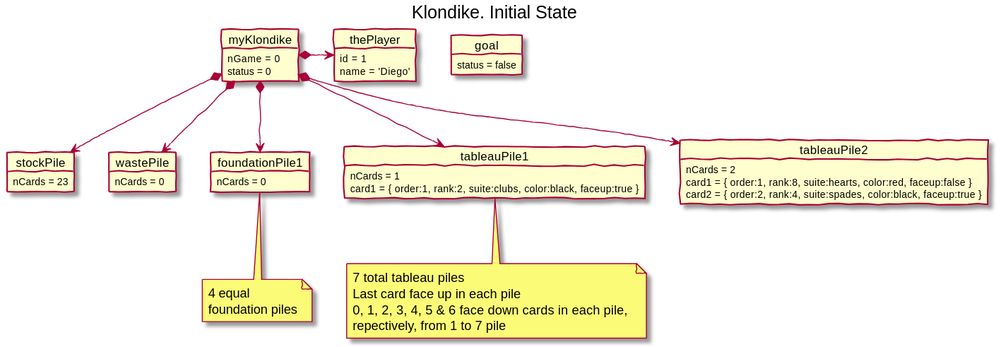
This is software/game-klondike/docs/images/klondike--initial-state.svg from USantaTecla-ed-mpds/lab-boole, a PlantUML export, as it was before one commit. Source of this version:
```plantuml
@startuml klondike--initial-state
skinparam handwritten true

title Klondike. Initial State

object myKlondike {
    nGame = 0
    status = 0
}

object goal {
    status = false
}

object thePlayer {
    id = 1
    name = 'Diego'
}

object stockPile
object wastePile

object stockPile {
    nCards = 23
}
object wastePile {
    nCards = 0
}
object foundationPile1 {
    nCards = 0
}
note bottom of foundationPile1
    4 equal
    foundation piles
end note

object tableauPile1
note bottom of tableauPile1
    7 total tableau piles
    Last card face up in each pile
    0, 1, 2, 3, 4, 5 & 6 face down cards in each pile,
    repectively, from 1 to 7 pile
end note

object tableauPile2

object tableauPile1 {
    nCards = 1
    card1 = { order:1, rank:2, suite:clubs, color:black, faceup:true }
}
object tableauPile2 {
    nCards = 2
    card1 = { order:1, rank:8, suite:hearts, color:red, faceup:false }
    card2 = { order:2, rank:4, suite:spades, color:black, faceup:true }
}



myKlondike *-> thePlayer
myKlondike *--> stockPile
myKlondike *--> wastePile
myKlondike *--> foundationPile1
myKlondike *--> tableauPile1
myKlondike *--> tableauPile2



@enduml
```
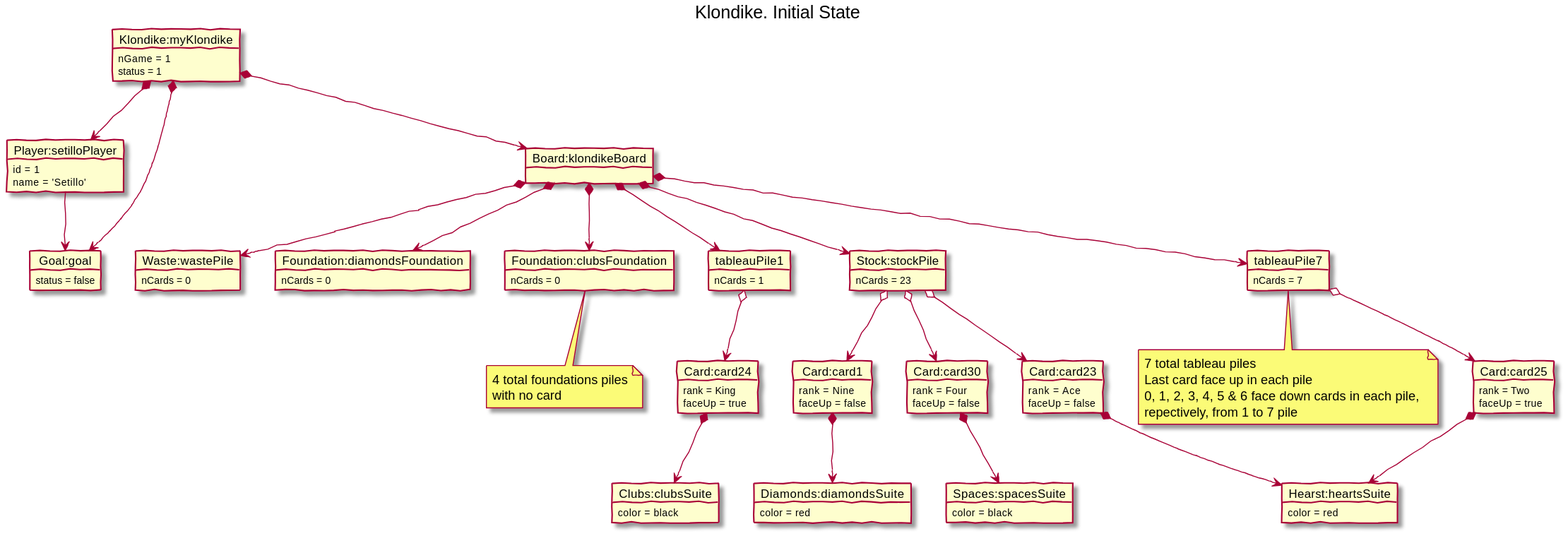
Above is the later version.

Commit message:
Added: initial state - klonkide

Change to the diagram source:
```diff
@@ -3,22 +3,27 @@
 
 title Klondike. Initial State
 
-object myKlondike {
-    nGame = 0
-    status = 0
+object "Klondike:myKlondike" as myKlondike{
+    nGame = 1
+    status = 1
 }
 
-object goal {
+object "Goal:goal" as goal {
     status = false
 }
 
-object thePlayer {
+object "Player:setilloPlayer" as player {
     id = 1
-    name = 'Diego'
+    name = 'Setillo'
 }
 
-object stockPile
-object wastePile
+object "Board:klondikeBoard" as board {
+
+}
+
+
+object "Stock:stockPile" as stockPile
+object "Waste:wastePile" as wastePile
 
 object stockPile {
     nCards = 23
@@ -26,43 +31,99 @@
 object wastePile {
     nCards = 0
 }
-object foundationPile1 {
+
+
+object "Foundation:diamondsFoundation" as diamondsFoundation {
     nCards = 0
 }
-note bottom of foundationPile1
-    4 equal
-    foundation piles
-end note
 
-object tableauPile1
-note bottom of tableauPile1
+
+object "Foundation:clubsFoundation" as clubsFoundation {
+    nCards = 0
+}
+
+object "Card:card1" as card1 {
+    rank  = Nine
+    faceUp = false
+}
+
+object "Card:card23" as card23 {
+        rank  = Ace
+        faceUp = false
+}
+
+object "Card:card24" as card24 {
+        rank = King
+        faceUp = true
+}
+
+object "Card:card25" as card25 {
+        rank = Two
+        faceUp = true
+}
+
+object "Card:card30" as card30 {
+    rank  = Four
+    faceUp = false
+}
+
+note bottom of tableauPile7
     7 total tableau piles
     Last card face up in each pile
     0, 1, 2, 3, 4, 5 & 6 face down cards in each pile,
     repectively, from 1 to 7 pile
 end note
 
-object tableauPile2
+note bottom of clubsFoundation
+    4 total foundations piles
+    with no card
+end note
+
 
 object tableauPile1 {
     nCards = 1
-    card1 = { order:1, rank:2, suite:clubs, color:black, faceup:true }
 }
-object tableauPile2 {
-    nCards = 2
-    card1 = { order:1, rank:8, suite:hearts, color:red, faceup:false }
-    card2 = { order:2, rank:4, suite:spades, color:black, faceup:true }
+object tableauPile7 {
+    nCards = 7
 }
 
+object "Diamonds:diamondsSuite" as diamond {
+    color = red
+}
+object "Hearst:heartsSuite" as hearts {
+    color = red
+}
+object "Clubs:clubsSuite" as clubs {
+    color = black
+}
 
+object "Spaces:spacesSuite" as spaces{
+    color = black
+}
 
-myKlondike *-> thePlayer
-myKlondike *--> stockPile
-myKlondike *--> wastePile
-myKlondike *--> foundationPile1
-myKlondike *--> tableauPile1
-myKlondike *--> tableauPile2
+myKlondike *--> player
+myKlondike *--> goal
+myKlondike *--> board
 
+player --> goal
 
+board *--> stockPile
+board *--> wastePile
+board *--> clubsFoundation
+board *--> diamondsFoundation
+board *--> tableauPile1
+board *--> tableauPile7
 
+stockPile o--> card1
+stockPile o--> card30
+stockPile o--> card23
+tableauPile1 o--> card24
+
+tableauPile7 o--> card25
+
+card1  *--> diamond
+card23 *--> hearts
+card25 *--> hearts
+card24 *--> clubs
+card30 *--> spaces
 @enduml
```
